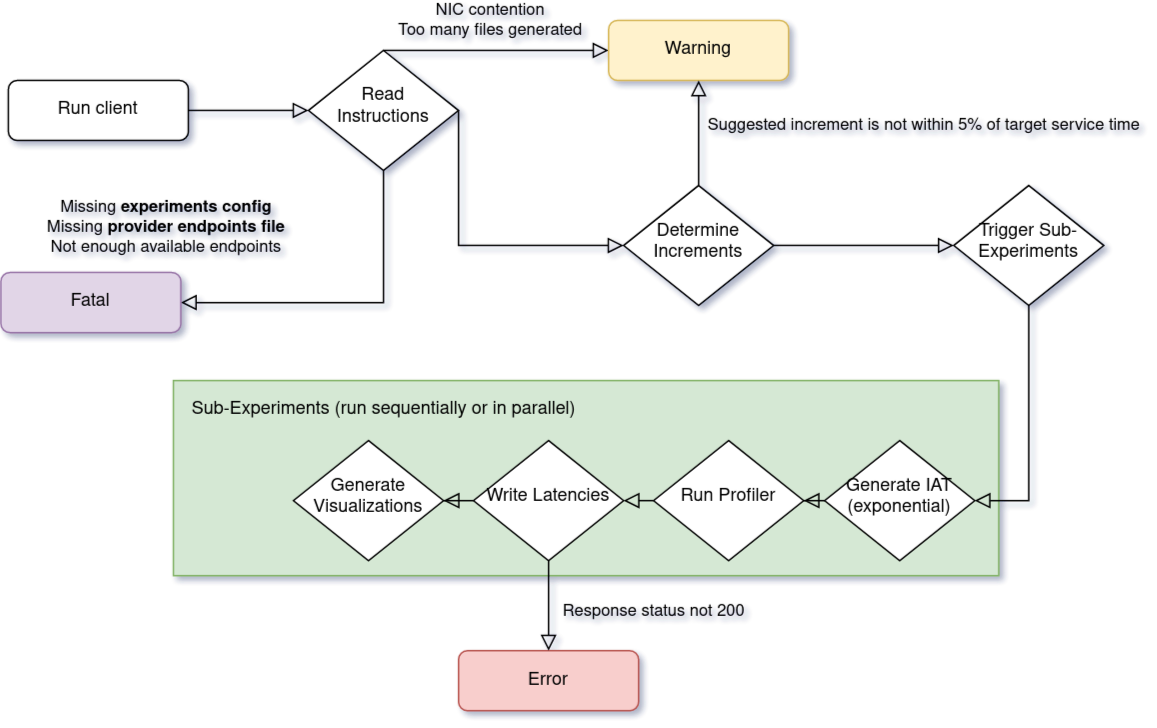
Earlier version of the draw.io export client/design/flow-chart.png (vhive-serverless/STeLLAR). Source tidied: cells renumbered, new cells last; positions are measured from the earlier drawing's top-left corner, leaving out a move shared by most shapes.
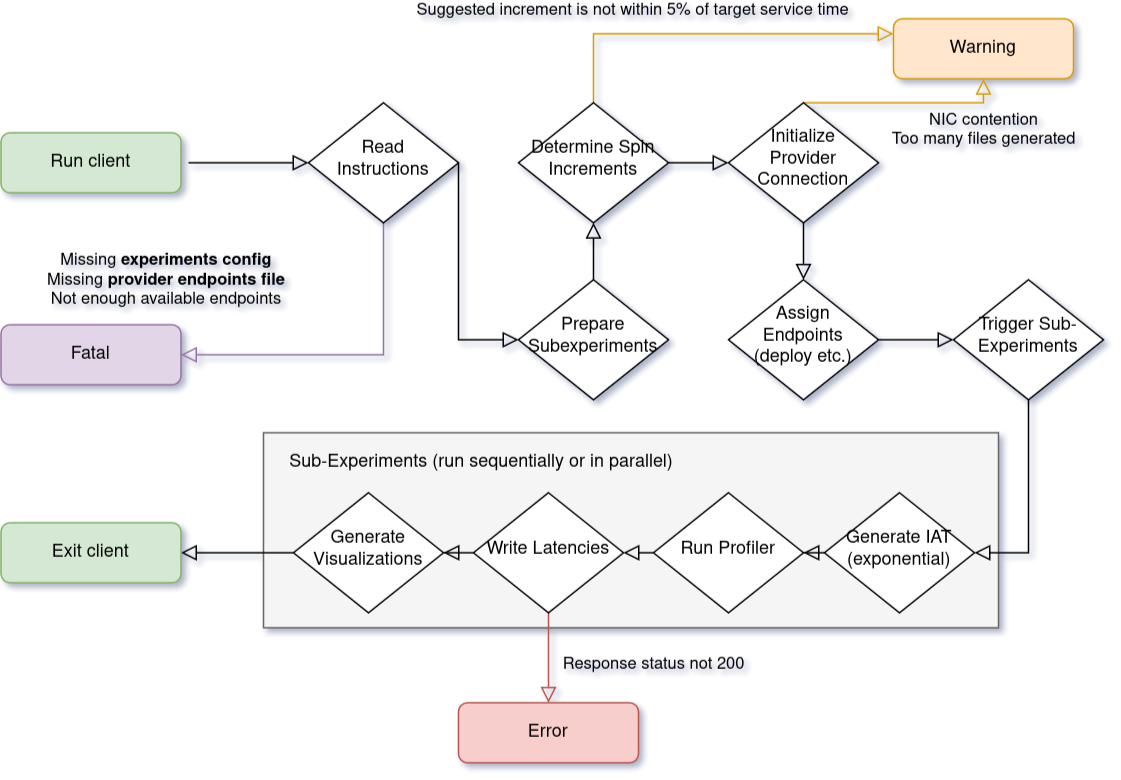
The same file after the commit.

Change to the diagram source:
```diff
@@ -2,18 +2,18 @@
   <root>
     <mxCell id="0" />
     <mxCell id="1" parent="0" />
-    <mxCell id="2" value="&lt;div align=&quot;left&quot;&gt;&lt;br&gt;&lt;/div&gt;" style="rounded=0;whiteSpace=wrap;html=1;labelBackgroundColor=none;fillColor=#d5e8d4;strokeColor=#82b366;" parent="1" vertex="1">
-      <mxGeometry x="115" y="240" width="550" height="130" as="geometry" />
+    <mxCell id="2" value="&lt;div align=&quot;left&quot;&gt;&lt;br&gt;&lt;/div&gt;" style="rounded=0;whiteSpace=wrap;html=1;labelBackgroundColor=none;fillColor=#f5f5f5;strokeColor=#666666;fontColor=#333333;" parent="1" vertex="1">
+      <mxGeometry x="175" y="240" width="490" height="130" as="geometry" />
     </mxCell>
     <mxCell id="3" style="rounded=0;html=1;jettySize=auto;fontSize=11;endArrow=block;endFill=0;endSize=8;strokeWidth=1;shadow=0;labelBackgroundColor=none;edgeStyle=orthogonalEdgeStyle;entryX=0;entryY=0.5;entryDx=0;entryDy=0;" parent="1" edge="1" target="8">
       <mxGeometry relative="1" as="geometry">
         <mxPoint x="125" y="60" as="sourcePoint" />
       </mxGeometry>
     </mxCell>
-    <mxCell id="4" value="Run client" style="rounded=1;whiteSpace=wrap;html=1;fontSize=12;glass=0;strokeWidth=1;shadow=0;" parent="1" vertex="1">
-      <mxGeometry x="5" y="40" width="120" height="40" as="geometry" />
+    <mxCell id="4" value="Run client" style="rounded=1;whiteSpace=wrap;html=1;fontSize=12;glass=0;strokeWidth=1;shadow=0;fillColor=#d5e8d4;strokeColor=#82b366;" parent="1" vertex="1">
+      <mxGeometry y="40" width="120" height="40" as="geometry" />
     </mxCell>
-    <mxCell id="5" value="Missing &lt;b&gt;experiments config&lt;/b&gt;&lt;div&gt;Missing &lt;b&gt;provider endpoints file&lt;/b&gt;&lt;br&gt;&lt;/div&gt;&lt;div&gt;Not enough available endpoints&lt;br&gt;&lt;/div&gt;" style="edgeStyle=orthogonalEdgeStyle;rounded=0;html=1;jettySize=auto;fontSize=11;endArrow=block;endFill=0;endSize=8;strokeWidth=1;shadow=0;labelBackgroundColor=none;entryX=1;entryY=0.5;entryDx=0;entryDy=0;exitX=0.5;exitY=1;exitDx=0;exitDy=0;" parent="1" edge="1" source="8" target="9">
+    <mxCell id="5" value="Missing &lt;b&gt;experiments config&lt;/b&gt;&lt;div&gt;Missing &lt;b&gt;provider endpoints file&lt;/b&gt;&lt;br&gt;&lt;/div&gt;&lt;div&gt;Not enough available endpoints&lt;br&gt;&lt;/div&gt;" style="edgeStyle=orthogonalEdgeStyle;rounded=0;html=1;jettySize=auto;fontSize=11;endArrow=block;endFill=0;endSize=8;strokeWidth=1;shadow=0;labelBackgroundColor=none;entryX=1;entryY=0.5;entryDx=0;entryDy=0;exitX=0.5;exitY=1;exitDx=0;exitDy=0;fillColor=#e1d5e7;strokeColor=#9673a6;" parent="1" edge="1" source="8" target="9">
       <mxGeometry x="1" y="-51" relative="1" as="geometry">
         <Array as="points">
           <mxPoint x="255" y="188" />
@@ -21,12 +21,12 @@
         <mxPoint x="-10" y="1" as="offset" />
       </mxGeometry>
     </mxCell>
-    <mxCell id="6" value="&lt;div&gt;NIC contention&lt;/div&gt;&lt;div&gt;Too many files generated&lt;br&gt;&lt;/div&gt;" style="edgeStyle=orthogonalEdgeStyle;rounded=0;jettySize=auto;html=1;labelBackgroundColor=none;exitX=0.5;exitY=0;exitDx=0;exitDy=0;endArrow=block;endFill=0;endSize=8;startSize=8;" parent="1" edge="1" source="8" target="13">
-      <mxGeometry x="-0.05" y="20" relative="1" as="geometry">
+    <mxCell id="6" value="&lt;div&gt;NIC contention&lt;/div&gt;&lt;div&gt;Too many files generated&lt;br&gt;&lt;/div&gt;" style="edgeStyle=orthogonalEdgeStyle;rounded=0;jettySize=auto;html=1;labelBackgroundColor=none;endArrow=block;endFill=0;endSize=8;startSize=8;entryX=0.5;entryY=1;entryDx=0;entryDy=0;exitX=0.5;exitY=0;exitDx=0;exitDy=0;fillColor=#ffe6cc;strokeColor=#d79b00;" parent="1" edge="1" source="32" target="13">
+      <mxGeometry x="0.76" y="-18" relative="1" as="geometry">
         <Array as="points">
-          <mxPoint x="385" y="20" />
-          <mxPoint x="385" y="20" />
+          <mxPoint x="655" y="20" />
         </Array>
+        <mxPoint x="-18" y="18" as="offset" />
       </mxGeometry>
     </mxCell>
     <mxCell id="7" style="edgeStyle=orthogonalEdgeStyle;rounded=0;jettySize=auto;html=1;labelBackgroundColor=none;startSize=8;endArrow=block;endFill=0;endSize=8;fontColor=#000000;entryX=0;entryY=0.5;entryDx=0;entryDy=0;exitX=1;exitY=0.5;exitDx=0;exitDy=0;" parent="1" edge="1" source="8" target="16">
@@ -51,30 +51,22 @@
       </mxGeometry>
     </mxCell>
     <mxCell id="11" value="Trigger Sub-Experiments" style="rhombus;whiteSpace=wrap;html=1;shadow=0;fontFamily=Helvetica;fontSize=12;align=center;strokeWidth=1;spacing=6;spacingTop=-4;" parent="1" vertex="1">
-      <mxGeometry x="635" y="110" width="100" height="80" as="geometry" />
+      <mxGeometry x="635" y="138" width="100" height="80" as="geometry" />
     </mxCell>
     <mxCell id="12" value="Error" style="rounded=1;whiteSpace=wrap;html=1;fontSize=12;glass=0;strokeWidth=1;shadow=0;fillColor=#f8cecc;strokeColor=#b85450;" parent="1" vertex="1">
       <mxGeometry x="305" y="420" width="120" height="40" as="geometry" />
     </mxCell>
-    <mxCell id="13" value="Warning" style="rounded=1;whiteSpace=wrap;html=1;fontSize=12;glass=0;strokeWidth=1;shadow=0;labelBackgroundColor=none;fillColor=#fff2cc;strokeColor=#d6b656;" parent="1" vertex="1">
-      <mxGeometry x="405" width="120" height="40" as="geometry" />
+    <mxCell id="13" value="Warning" style="rounded=1;whiteSpace=wrap;html=1;fontSize=12;glass=0;strokeWidth=1;shadow=0;labelBackgroundColor=none;fillColor=#ffe6cc;strokeColor=#d79b00;" parent="1" vertex="1">
+      <mxGeometry x="595" y="-36" width="120" height="40" as="geometry" />
     </mxCell>
-    <mxCell id="14" style="edgeStyle=orthogonalEdgeStyle;rounded=0;jettySize=auto;html=1;labelBackgroundColor=none;fontColor=#000000;endArrow=block;endFill=0;endSize=8;startSize=8;exitX=1;exitY=0.5;exitDx=0;exitDy=0;" parent="1" edge="1" source="16" target="11">
-      <mxGeometry relative="1" as="geometry">
-        <Array as="points">
-          <mxPoint x="545" y="150" />
-          <mxPoint x="545" y="150" />
-        </Array>
-      </mxGeometry>
+    <mxCell id="14" style="edgeStyle=orthogonalEdgeStyle;rounded=0;jettySize=auto;html=1;labelBackgroundColor=none;fontColor=#000000;endArrow=block;endFill=0;endSize=8;startSize=8;exitX=0.5;exitY=0;exitDx=0;exitDy=0;entryX=0.5;entryY=1;entryDx=0;entryDy=0;" parent="1" edge="1" source="16" target="28">
+      <mxGeometry relative="1" as="geometry" />
     </mxCell>
-    <mxCell id="15" value="Suggested increment is not within 5% of target service time" style="edgeStyle=orthogonalEdgeStyle;rounded=0;orthogonalLoop=1;jettySize=auto;html=1;labelBackgroundColor=none;startSize=8;endArrow=block;endFill=0;endSize=8;fontColor=#000000;" parent="1" edge="1">
-      <mxGeometry x="0.14" y="-150" relative="1" as="geometry">
-        <mxPoint x="465" y="110" as="sourcePoint" />
-        <mxPoint x="465" y="40" as="targetPoint" />
-      </mxGeometry>
+    <mxCell id="15" value="Suggested increment is not within 5% of target service time" style="edgeStyle=orthogonalEdgeStyle;rounded=0;jettySize=auto;html=1;labelBackgroundColor=none;startSize=8;endArrow=block;endFill=0;endSize=8;fontColor=#000000;entryX=0;entryY=0.25;entryDx=0;entryDy=0;exitX=0.5;exitY=0;exitDx=0;exitDy=0;fillColor=#ffe6cc;strokeColor=#d79b00;" parent="1" edge="1" source="28" target="13">
+      <mxGeometry x="-0.42" y="16" relative="1" as="geometry" />
     </mxCell>
-    <mxCell id="16" value="Determine Increments" style="rhombus;whiteSpace=wrap;html=1;shadow=0;fontFamily=Helvetica;fontSize=12;align=center;strokeWidth=1;spacing=6;spacingTop=-4;" parent="1" vertex="1">
-      <mxGeometry x="415" y="110" width="100" height="80" as="geometry" />
+    <mxCell id="16" value="Prepare Subexperiments" style="rhombus;whiteSpace=wrap;html=1;shadow=0;fontFamily=Helvetica;fontSize=12;align=center;strokeWidth=1;spacing=6;spacingTop=-4;" parent="1" vertex="1">
+      <mxGeometry x="345" y="138" width="100" height="80" as="geometry" />
     </mxCell>
     <mxCell id="17" style="edgeStyle=orthogonalEdgeStyle;rounded=0;jettySize=auto;html=1;labelBackgroundColor=none;startSize=8;endArrow=block;endFill=0;endSize=8;fontColor=#000000;" parent="1" edge="1" source="18" target="20">
       <mxGeometry relative="1" as="geometry" />
@@ -93,7 +85,7 @@
     <mxCell id="20" value="Run Profiler" style="rhombus;whiteSpace=wrap;html=1;shadow=0;fontFamily=Helvetica;fontSize=12;align=center;strokeWidth=1;spacing=6;spacingTop=-4;" parent="1" vertex="1">
       <mxGeometry x="435" y="280" width="100" height="80" as="geometry" />
     </mxCell>
-    <mxCell id="21" value="Response status not 200" style="edgeStyle=orthogonalEdgeStyle;rounded=0;sketch=0;jettySize=auto;html=1;labelBackgroundColor=none;startSize=8;endArrow=block;endFill=0;endSize=8;fontColor=#000000;" parent="1" edge="1" source="23" target="12">
+    <mxCell id="21" value="Response status not 200" style="edgeStyle=orthogonalEdgeStyle;rounded=0;sketch=0;jettySize=auto;html=1;labelBackgroundColor=none;startSize=8;endArrow=block;endFill=0;endSize=8;fontColor=#000000;fillColor=#f8cecc;strokeColor=#b85450;" parent="1" edge="1" source="23" target="12">
       <mxGeometry x="0.14" y="70" relative="1" as="geometry" />
     </mxCell>
     <mxCell id="22" style="edgeStyle=orthogonalEdgeStyle;rounded=0;sketch=0;jettySize=auto;html=1;labelBackgroundColor=none;startSize=8;endArrow=block;endFill=0;endSize=8;fontColor=#000000;" parent="1" edge="1" source="23" target="25">
@@ -103,10 +95,34 @@
       <mxGeometry x="315" y="280" width="100" height="80" as="geometry" />
     </mxCell>
     <mxCell id="24" value="Sub-Experiments (run sequentially or in parallel)" style="text;html=1;align=center;verticalAlign=middle;fontColor=#000000;" parent="1" vertex="1">
-      <mxGeometry x="120" y="250" width="270" height="20" as="geometry" />
+      <mxGeometry x="185" y="250" width="270" height="20" as="geometry" />
     </mxCell>
+    <mxCell id="26" style="edgeStyle=orthogonalEdgeStyle;rounded=0;jettySize=auto;html=1;startSize=8;endArrow=block;endFill=0;endSize=8;" parent="1" edge="1" source="25" target="33">
+      <mxGeometry relative="1" as="geometry" />
+    </mxCell>
     <mxCell id="25" value="Generate Visualizations" style="rhombus;whiteSpace=wrap;html=1;shadow=0;fontFamily=Helvetica;fontSize=12;align=center;strokeWidth=1;spacing=6;spacingTop=-4;" parent="1" vertex="1">
       <mxGeometry x="195" y="280" width="100" height="80" as="geometry" />
     </mxCell>
+    <mxCell id="27" style="edgeStyle=orthogonalEdgeStyle;rounded=0;jettySize=auto;html=1;startSize=8;endArrow=block;endFill=0;endSize=8;" parent="1" edge="1" source="28" target="32">
+      <mxGeometry relative="1" as="geometry" />
+    </mxCell>
+    <mxCell id="28" value="Determine Spin Increments" style="rhombus;whiteSpace=wrap;html=1;shadow=0;fontFamily=Helvetica;fontSize=12;align=center;strokeWidth=1;spacing=6;spacingTop=-4;" parent="1" vertex="1">
+      <mxGeometry x="345" y="20" width="100" height="80" as="geometry" />
+    </mxCell>
+    <mxCell id="29" style="edgeStyle=orthogonalEdgeStyle;rounded=0;jettySize=auto;html=1;startSize=8;endArrow=block;endFill=0;endSize=8;" parent="1" edge="1" source="30" target="11">
+      <mxGeometry relative="1" as="geometry" />
+    </mxCell>
+    <mxCell id="30" value="Assign Endpoints (deploy etc.)" style="rhombus;whiteSpace=wrap;html=1;shadow=0;fontFamily=Helvetica;fontSize=12;align=center;strokeWidth=1;spacing=6;spacingTop=-4;" parent="1" vertex="1">
+      <mxGeometry x="485" y="138" width="100" height="80" as="geometry" />
+    </mxCell>
+    <mxCell id="31" style="edgeStyle=orthogonalEdgeStyle;rounded=0;jettySize=auto;html=1;startSize=8;endArrow=block;endFill=0;endSize=8;" parent="1" edge="1" source="32" target="30">
+      <mxGeometry relative="1" as="geometry" />
+    </mxCell>
+    <mxCell id="32" value="Initialize Provider Connection" style="rhombus;whiteSpace=wrap;html=1;shadow=0;fontFamily=Helvetica;fontSize=12;align=center;strokeWidth=1;spacing=6;spacingTop=-4;" parent="1" vertex="1">
+      <mxGeometry x="485" y="20" width="100" height="80" as="geometry" />
+    </mxCell>
+    <mxCell id="33" value="Exit client" style="rounded=1;whiteSpace=wrap;html=1;fontSize=12;glass=0;strokeWidth=1;shadow=0;fillColor=#d5e8d4;strokeColor=#82b366;" parent="1" vertex="1">
+      <mxGeometry y="300" width="120" height="40" as="geometry" />
+    </mxCell>
   </root>
 </mxGraphModel>
```
